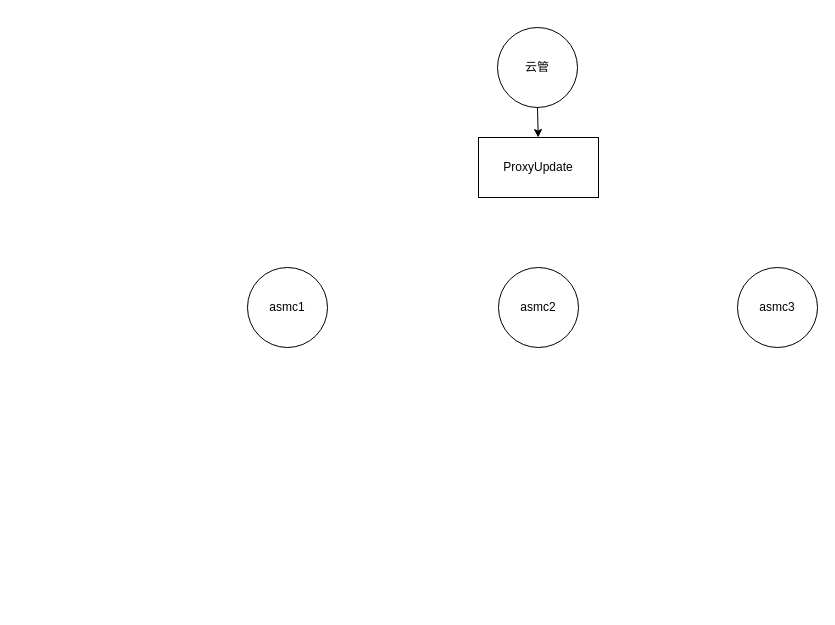
Earlier version of the draw.io diagram Untitled Diagram.drawio (460434901ccz/ccz-practise). Source tidied: cells renumbered, new cells numbered last; positions are measured from the earlier drawing's top-left corner, leaving out a move shared by most shapes. Both pictures are drawn from the tidied source at 100%, with x=0, y=0 at pixel (247, 27).
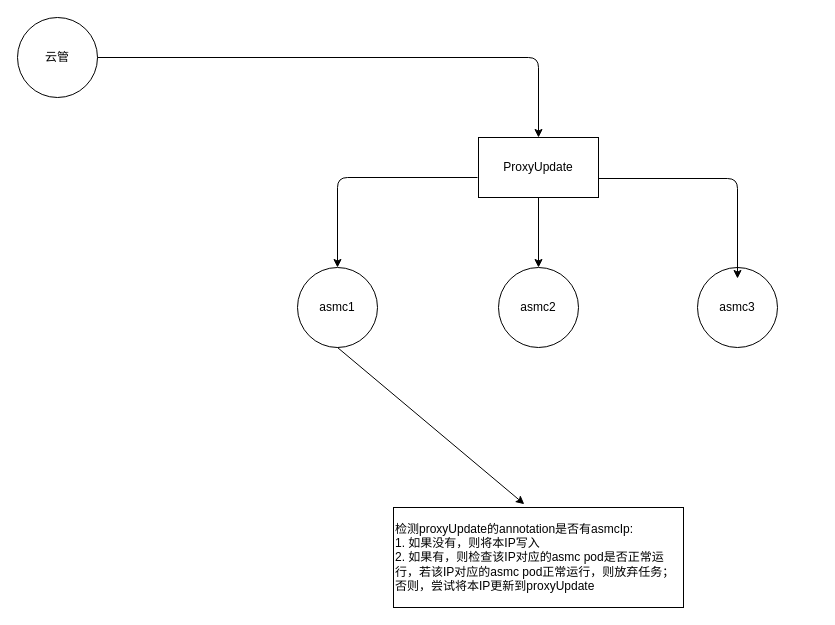
The same diagram, later.

The edit, as a diff of the source:
```diff
@@
 <mxGraphModel>
   <root>
     <mxCell id="0" />
     <mxCell id="1" parent="0" />
     <mxCell id="2" value="云管" style="ellipse;whiteSpace=wrap;html=1;" parent="1" vertex="1">
-      <mxGeometry x="250" width="80" height="80" as="geometry" />
+      <mxGeometry x="-230" y="-10" width="80" height="80" as="geometry" />
     </mxCell>
     <mxCell id="3" style="endArrow=classic;html=1;" parent="1" edge="1" source="2" target="4">
-      <mxGeometry relative="1" as="geometry" />
+      <mxGeometry relative="1" as="geometry">
+        <Array as="points">
+          <mxPoint x="291" y="30" />
+        </Array>
+      </mxGeometry>
     </mxCell>
     <mxCell id="4" value="ProxyUpdate" style="rounded=0;whiteSpace=wrap;html=1;" parent="1" vertex="1">
       <mxGeometry x="231" y="110" width="120" height="60" as="geometry" />
     </mxCell>
     <mxCell id="5" value="asmc1" style="ellipse;whiteSpace=wrap;html=1;" parent="1" vertex="1">
-      <mxGeometry y="240" width="80" height="80" as="geometry" />
+      <mxGeometry x="50" y="240" width="80" height="80" as="geometry" />
     </mxCell>
     <mxCell id="6" value="asmc2" style="ellipse;whiteSpace=wrap;html=1;" parent="1" vertex="1">
       <mxGeometry x="251" y="240" width="80" height="80" as="geometry" />
     </mxCell>
     <mxCell id="7" value="asmc3" style="ellipse;whiteSpace=wrap;html=1;" parent="1" vertex="1">
-      <mxGeometry x="490" y="240" width="80" height="80" as="geometry" />
+      <mxGeometry x="450" y="240" width="80" height="80" as="geometry" />
     </mxCell>
+    <mxCell id="8" value="检测proxyUpdate的annotation是否有asmcIp:&lt;br&gt;1. 如果没有，则将本IP写入&lt;br&gt;2. 如果有，则检查该IP对应的asmc pod是否正常运行，若该IP对应的asmc pod正常运行，则放弃任务；否则，尝试将本IP更新到proxyUpdate" style="rounded=0;whiteSpace=wrap;html=1;align=left;" parent="1" vertex="1">
+      <mxGeometry x="146" y="480" width="290" height="100" as="geometry" />
+    </mxCell>
+    <mxCell id="9" style="endArrow=classic;html=1;entryX=0.5;entryY=0;entryDx=0;entryDy=0;" parent="1" edge="1" target="5">
+      <mxGeometry relative="1" as="geometry">
+        <mxPoint x="230" y="150" as="sourcePoint" />
+        <Array as="points">
+          <mxPoint x="90" y="150" />
+        </Array>
+      </mxGeometry>
+    </mxCell>
+    <mxCell id="10" style="endArrow=classic;html=1;entryX=0.5;entryY=0;entryDx=0;entryDy=0;exitX=0.5;exitY=1;exitDx=0;exitDy=0;" parent="1" edge="1" source="4" target="6">
+      <mxGeometry relative="1" as="geometry" />
+    </mxCell>
+    <mxCell id="11" style="endArrow=classic;html=1;entryX=0.5;entryY=0;entryDx=0;entryDy=0;exitX=1;exitY=0.5;exitDx=0;exitDy=0;" parent="1" edge="1">
+      <mxGeometry relative="1" as="geometry">
+        <mxPoint x="351" y="151" as="sourcePoint" />
+        <mxPoint x="490" y="251" as="targetPoint" />
+        <Array as="points">
+          <mxPoint x="490" y="151" />
+        </Array>
+      </mxGeometry>
+    </mxCell>
+    <mxCell id="12" style="endArrow=classic;html=1;entryX=0.451;entryY=-0.033;entryDx=0;entryDy=0;exitX=0.5;exitY=1;exitDx=0;exitDy=0;entryPerimeter=0;" parent="1" edge="1" source="5" target="8">
+      <mxGeometry relative="1" as="geometry" />
+    </mxCell>
   </root>
 </mxGraphModel>
```
